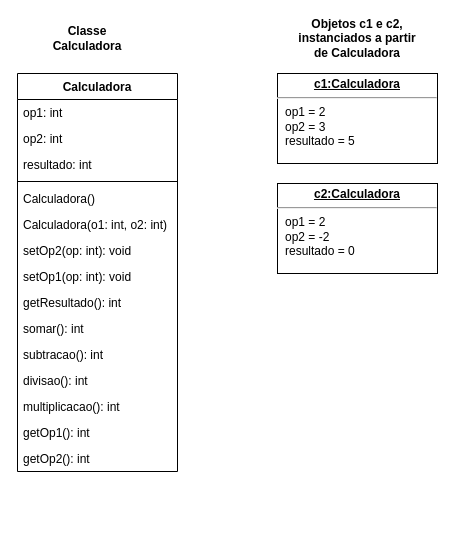
Earlier version of the draw.io diagram aula6/aula5.drawio (joselitopradomarques/fga0158). Source tidied: cells renumbered, new cells numbered last; positions are measured from the earlier drawing's top-left corner, leaving out a move shared by most shapes. Both pictures are drawn from the tidied source at 100%, with x=0, y=0 at pixel (17, 23).
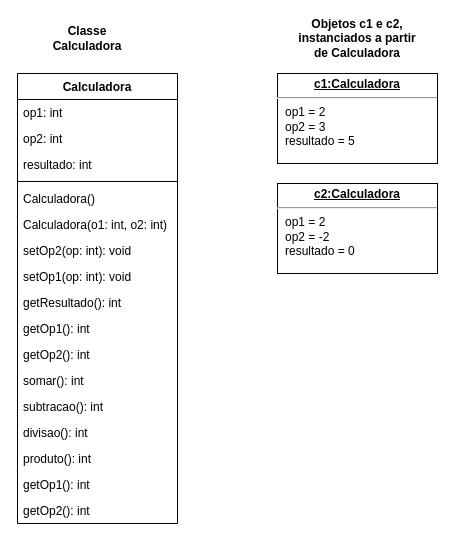
The same diagram, later.

Diff of the diagram source:
```diff
@@
     <mxCell id="2" value="Calculadora" style="swimlane;fontStyle=1;align=center;verticalAlign=top;horizontal=1;startSize=26;" parent="1" vertex="1">
-      <mxGeometry y="50" width="160" height="398" as="geometry" />
+      <mxGeometry y="50" width="160" height="450" as="geometry" />
     </mxCell>
@@
+    <mxCell id="22" value="getOp1(): int" style="text;strokeColor=none;fillColor=none;align=left;verticalAlign=top;spacingLeft=4;spacingRight=4;overflow=hidden;" parent="2" vertex="1">
+      <mxGeometry y="242" width="160" height="26" as="geometry" />
+    </mxCell>
+    <mxCell id="23" value="getOp2(): int" style="text;strokeColor=none;fillColor=none;align=left;verticalAlign=top;spacingLeft=4;spacingRight=4;overflow=hidden;" parent="2" vertex="1">
+      <mxGeometry y="268" width="160" height="26" as="geometry" />
+    </mxCell>
     <mxCell id="12" value="somar(): int" style="text;strokeColor=none;fillColor=none;align=left;verticalAlign=top;spacingLeft=4;spacingRight=4;overflow=hidden;" parent="2" vertex="1">
-      <mxGeometry y="242" width="160" height="26" as="geometry" />
+      <mxGeometry y="294" width="160" height="26" as="geometry" />
     </mxCell>
     <mxCell id="13" value="subtracao(): int" style="text;strokeColor=none;fillColor=none;align=left;verticalAlign=top;spacingLeft=4;spacingRight=4;overflow=hidden;" parent="2" vertex="1">
-      <mxGeometry y="268" width="160" height="26" as="geometry" />
+      <mxGeometry y="320" width="160" height="26" as="geometry" />
     </mxCell>
     <mxCell id="14" value="divisao(): int" style="text;strokeColor=none;fillColor=none;align=left;verticalAlign=top;spacingLeft=4;spacingRight=4;overflow=hidden;" parent="2" vertex="1">
-      <mxGeometry y="294" width="160" height="26" as="geometry" />
+      <mxGeometry y="346" width="160" height="26" as="geometry" />
     </mxCell>
-    <mxCell id="15" value="multiplicacao(): int" style="text;strokeColor=none;fillColor=none;align=left;verticalAlign=top;spacingLeft=4;spacingRight=4;overflow=hidden;" parent="2" vertex="1">
-      <mxGeometry y="320" width="160" height="26" as="geometry" />
+    <mxCell id="15" value="produto(): int" style="text;strokeColor=none;fillColor=none;align=left;verticalAlign=top;spacingLeft=4;spacingRight=4;overflow=hidden;" parent="2" vertex="1">
+      <mxGeometry y="372" width="160" height="26" as="geometry" />
     </mxCell>
     <mxCell id="16" value="getOp1(): int" style="text;strokeColor=none;fillColor=none;align=left;verticalAlign=top;spacingLeft=4;spacingRight=4;overflow=hidden;" parent="2" vertex="1">
-      <mxGeometry y="346" width="160" height="26" as="geometry" />
+      <mxGeometry y="398" width="160" height="26" as="geometry" />
     </mxCell>
     <mxCell id="17" value="getOp2(): int" style="text;strokeColor=none;fillColor=none;align=left;verticalAlign=top;spacingLeft=4;spacingRight=4;overflow=hidden;" parent="2" vertex="1">
-      <mxGeometry y="372" width="160" height="26" as="geometry" />
+      <mxGeometry y="424" width="160" height="26" as="geometry" />
     </mxCell>
```
